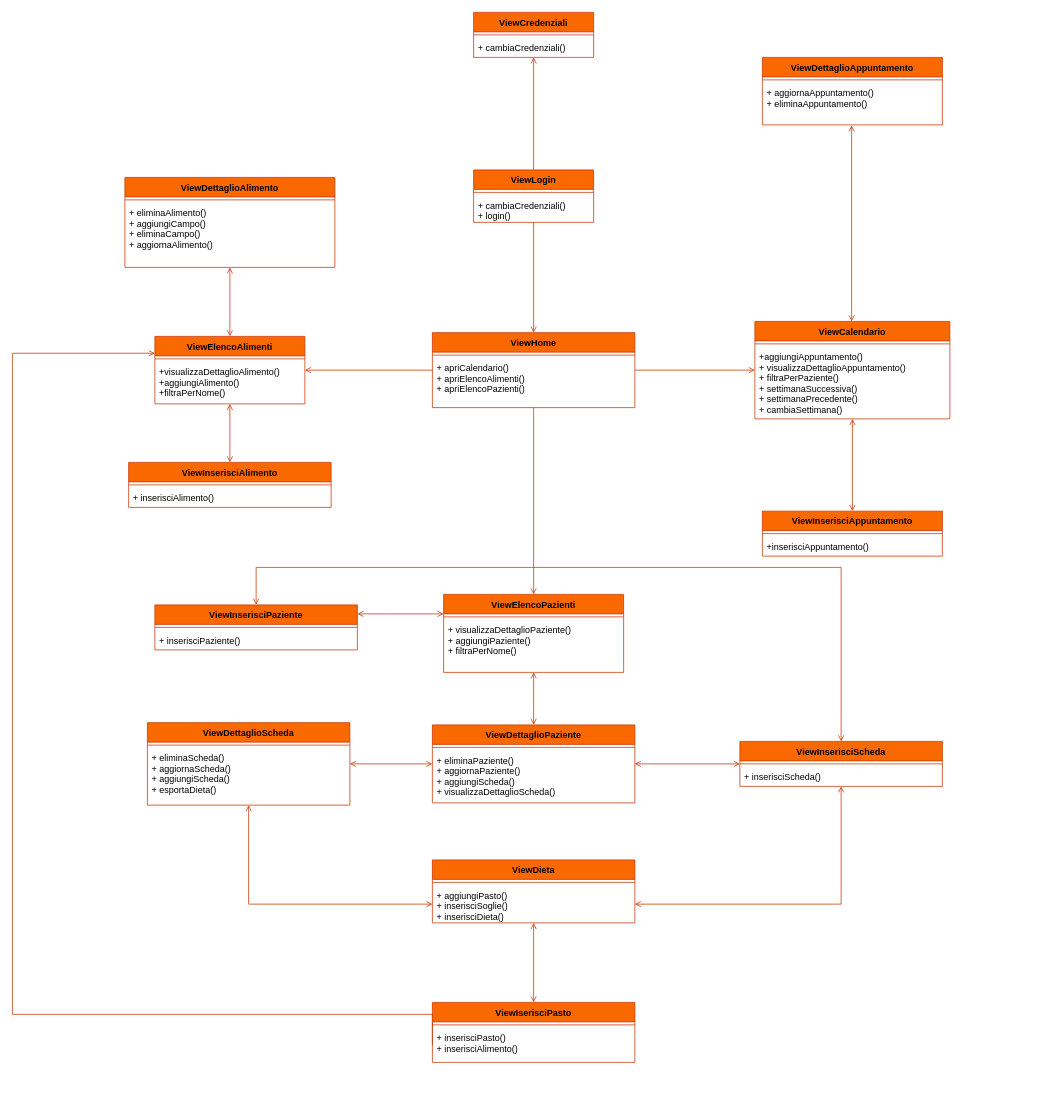
The draw.io diagram InterfacceDettaglio/designInterfacce.drawio in DeborohNoah/IngSoft, before the edit. Source tidied: cells renumbered, new cells numbered last; positions are measured from the earlier drawing's top-left corner, leaving out a move shared by most shapes. Both pictures are drawn from the tidied source at 75%, with x=0, y=0 at pixel (12, 12).
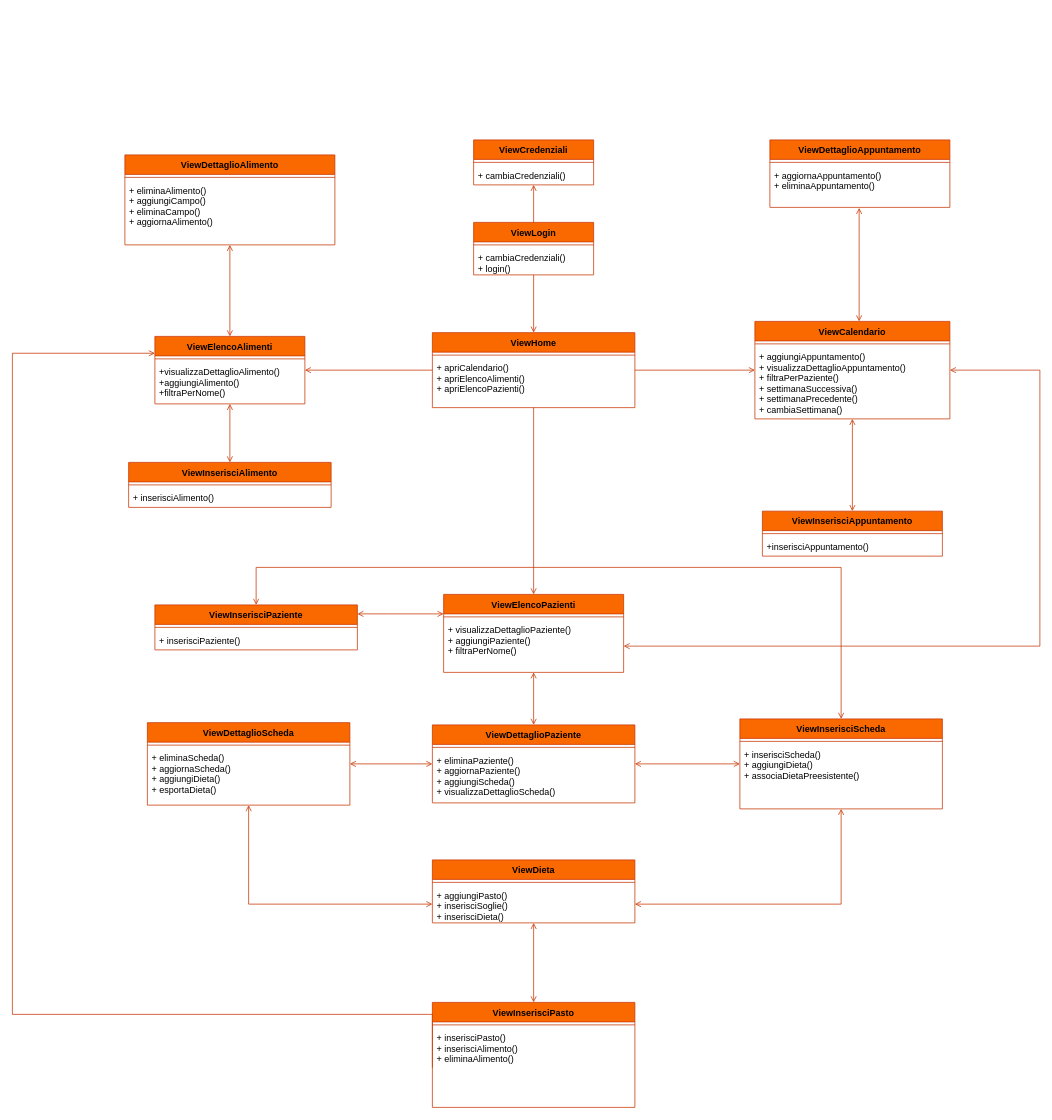
The same diagram, later.

Commit message:
interfacce più definitive di prima

Unchanged cells that the change refers to:
```xml
<mxCell id="20" value="ViewCalendario" style="swimlane;fontStyle=1;align=center;verticalAlign=top;horizontal=1;startSize=26;fillColor=#fa6800;fontColor=#000000;strokeColor=#C73500;" parent="1" vertex="1">
  <mxGeometry x="990" y="412" width="260" height="130" as="geometry" />
</mxCell>
<mxCell id="28" value="+ aggiornaAppuntamento()&#10;+ eliminaAppuntamento()" style="text;strokeColor=none;fillColor=none;align=left;verticalAlign=top;spacingLeft=4;spacingRight=4;overflow=hidden;points=[[0,0.5],[1,0.5]];portConstraint=eastwest;" parent="26" vertex="1">
  <mxGeometry y="34" width="240" height="56" as="geometry" />
</mxCell>
<mxCell id="32" value="+ visualizzaDettaglioPaziente()&#10;+ aggiungiPaziente()&#10;+ filtraPerNome()" style="text;strokeColor=none;fillColor=none;align=left;verticalAlign=top;spacingLeft=4;spacingRight=4;overflow=hidden;points=[[0,0.5],[1,0.5]];portConstraint=eastwest;" parent="30" vertex="1">
  <mxGeometry y="34" width="240" height="70" as="geometry" />
</mxCell>
<mxCell id="44" value="ViewDettaglioScheda" style="swimlane;fontStyle=1;align=center;verticalAlign=top;horizontal=1;startSize=26;fillColor=#fa6800;fontColor=#000000;strokeColor=#C73500;" parent="1" vertex="1">
  <mxGeometry x="180" y="947" width="270" height="110" as="geometry" />
</mxCell>
```

The edit, as a diff of the source:
```diff
@@
     <mxCell id="9" value="ViewLogin" style="swimlane;fontStyle=1;align=center;verticalAlign=top;horizontal=1;startSize=26;fillColor=#fa6800;fontColor=#000000;strokeColor=#C73500;" parent="1" vertex="1">
-      <mxGeometry x="615" y="210" width="160" height="70" as="geometry" />
+      <mxGeometry x="615" y="280" width="160" height="70" as="geometry" />
     </mxCell>
@@
     <mxCell id="12" value="ViewCredenziali&#10;" style="swimlane;fontStyle=1;align=center;verticalAlign=top;horizontal=1;startSize=26;fillColor=#fa6800;fontColor=#000000;strokeColor=#C73500;" parent="1" vertex="1">
-      <mxGeometry x="615" width="160" height="60" as="geometry" />
+      <mxGeometry x="615" y="170" width="160" height="60" as="geometry" />
     </mxCell>
@@
     <mxCell id="15" value="ViewDettaglioAlimento" style="swimlane;fontStyle=1;align=center;verticalAlign=top;horizontal=1;startSize=26;fillColor=#fa6800;fontColor=#000000;strokeColor=#C73500;" parent="1" vertex="1">
-      <mxGeometry x="150" y="220" width="280" height="120" as="geometry" />
+      <mxGeometry x="150" y="190" width="280" height="120" as="geometry" />
     </mxCell>
@@
     <mxCell id="18" style="edgeStyle=orthogonalEdgeStyle;rounded=0;jettySize=auto;html=1;startArrow=open;startFill=0;endArrow=open;endFill=0;fillColor=#fa6800;strokeColor=#C73500;entryX=0.496;entryY=1.012;entryDx=0;entryDy=0;entryPerimeter=0;" parent="1" edge="1" source="20" target="28">
       <mxGeometry relative="1" as="geometry">
         <Array as="points">
-          <mxPoint x="1120" y="151" />
+          <mxPoint x="1129" y="340" />
+          <mxPoint x="1129" y="340" />
         </Array>
       </mxGeometry>
     </mxCell>
@@
+    <mxCell id="68" style="edgeStyle=orthogonalEdgeStyle;rounded=0;jettySize=auto;html=1;entryX=1;entryY=0.5;entryDx=0;entryDy=0;startArrow=open;startFill=0;endArrow=open;endFill=0;strokeColor=#C03A10;" parent="1" edge="1" source="20" target="32">
+      <mxGeometry relative="1" as="geometry">
+        <Array as="points">
+          <mxPoint x="1370" y="477" />
+          <mxPoint x="1370" y="845" />
+        </Array>
+      </mxGeometry>
+    </mxCell>
@@
-    <mxCell id="22" value="+aggiungiAppuntamento()&#10;+ visualizzaDettaglioAppuntamento()&#10;+ filtraPerPaziente()&#10;+ settimanaSuccessiva()&#10;+ settimanaPrecedente()&#10;+ cambiaSettimana()" style="text;strokeColor=none;fillColor=none;align=left;verticalAlign=top;spacingLeft=4;spacingRight=4;overflow=hidden;" parent="20" vertex="1">
+    <mxCell id="22" value="+ aggiungiAppuntamento()&#10;+ visualizzaDettaglioAppuntamento()&#10;+ filtraPerPaziente()&#10;+ settimanaSuccessiva()&#10;+ settimanaPrecedente()&#10;+ cambiaSettimana()" style="text;strokeColor=none;fillColor=none;align=left;verticalAlign=top;spacingLeft=4;spacingRight=4;overflow=hidden;" parent="20" vertex="1">
       <mxGeometry y="34" width="260" height="96" as="geometry" />
     </mxCell>
@@
     <mxCell id="26" value="ViewDettaglioAppuntamento" style="swimlane;fontStyle=1;align=center;verticalAlign=top;horizontal=1;startSize=26;fillColor=#fa6800;fontColor=#000000;strokeColor=#C73500;swimlaneFillColor=none;" parent="1" vertex="1">
-      <mxGeometry x="1000" y="60" width="240" height="90" as="geometry" />
+      <mxGeometry x="1010" y="170" width="240" height="90" as="geometry" />
     </mxCell>
@@
-    <mxCell id="46" value="+ eliminaScheda()&#10;+ aggiornaScheda()&#10;+ aggiungiScheda()&#10;+ esportaDieta()" style="text;strokeColor=none;fillColor=none;align=left;verticalAlign=top;spacingLeft=4;spacingRight=4;overflow=hidden;" parent="44" vertex="1">
+    <mxCell id="46" value="+ eliminaScheda()&#10;+ aggiornaScheda()&#10;+ aggiungiDieta()&#10;+ esportaDieta()" style="text;strokeColor=none;fillColor=none;align=left;verticalAlign=top;spacingLeft=4;spacingRight=4;overflow=hidden;" parent="44" vertex="1">
       <mxGeometry y="34" width="270" height="76" as="geometry" />
     </mxCell>
@@
     <mxCell id="48" value="ViewInserisciScheda" style="swimlane;fontStyle=1;align=center;verticalAlign=top;horizontal=1;startSize=26;fillColor=#fa6800;fontColor=#000000;strokeColor=#C73500;" parent="1" vertex="1">
-      <mxGeometry x="970" y="972" width="270" height="60" as="geometry" />
+      <mxGeometry x="970" y="942" width="270" height="120" as="geometry" />
     </mxCell>
@@
-    <mxCell id="50" value="+ inserisciScheda()" style="text;strokeColor=none;fillColor=none;align=left;verticalAlign=top;spacingLeft=4;spacingRight=4;overflow=hidden;" parent="48" vertex="1">
-      <mxGeometry y="34" width="270" height="26" as="geometry" />
+    <mxCell id="50" value="+ inserisciScheda()&#10;+ aggiungiDieta()&#10;+ associaDietaPreesistente()" style="text;strokeColor=none;fillColor=none;align=left;verticalAlign=top;spacingLeft=4;spacingRight=4;overflow=hidden;" parent="48" vertex="1">
+      <mxGeometry y="34" width="270" height="86" as="geometry" />
     </mxCell>
@@
-    <mxCell id="65" value="ViewIserisciPasto" style="swimlane;fontStyle=1;align=center;verticalAlign=top;horizontal=1;startSize=26;fillColor=#fa6800;fontColor=#000000;strokeColor=#C73500;" parent="1" vertex="1">
-      <mxGeometry x="560" y="1320" width="270" height="80" as="geometry" />
+    <mxCell id="65" value="ViewInserisciPasto" style="swimlane;fontStyle=1;align=center;verticalAlign=top;horizontal=1;startSize=26;fillColor=#fa6800;fontColor=#000000;strokeColor=#C73500;" parent="1" vertex="1">
+      <mxGeometry x="560" y="1320" width="270" height="140" as="geometry" />
     </mxCell>
@@
-    <mxCell id="67" value="+ inserisciPasto()&#10;+ inserisciAlimento()" style="text;strokeColor=none;fillColor=none;align=left;verticalAlign=top;spacingLeft=4;spacingRight=4;overflow=hidden;points=[[0,0.5],[1,0.5]];portConstraint=eastwest;" parent="65" vertex="1">
-      <mxGeometry y="34" width="270" height="46" as="geometry" />
+    <mxCell id="67" value="+ inserisciPasto()&#10;+ inserisciAlimento()&#10;+ eliminaAlimento()" style="text;strokeColor=none;fillColor=none;align=left;verticalAlign=top;spacingLeft=4;spacingRight=4;overflow=hidden;points=[[0,0.5],[1,0.5]];portConstraint=eastwest;" parent="65" vertex="1">
+      <mxGeometry y="34" width="270" height="106" as="geometry" />
     </mxCell>
```
